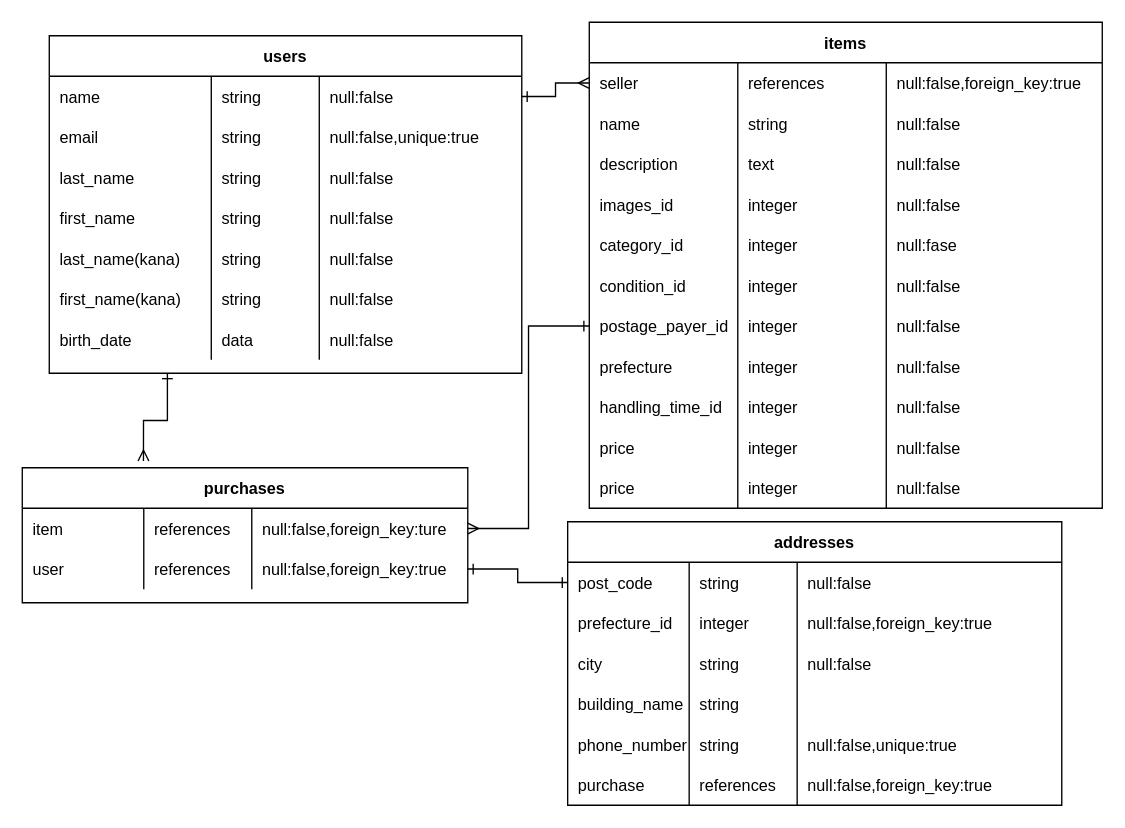
Above: lib/furima.dio in kenjiono/furima-28642 (draw.io), before the change. Source tidied: cells renumbered, new cells numbered last; positions are measured from the earlier drawing's top-left corner, leaving out a move shared by most shapes. Both pictures are drawn from the tidied source at 135%, with x=0, y=0 at pixel (22, 22).
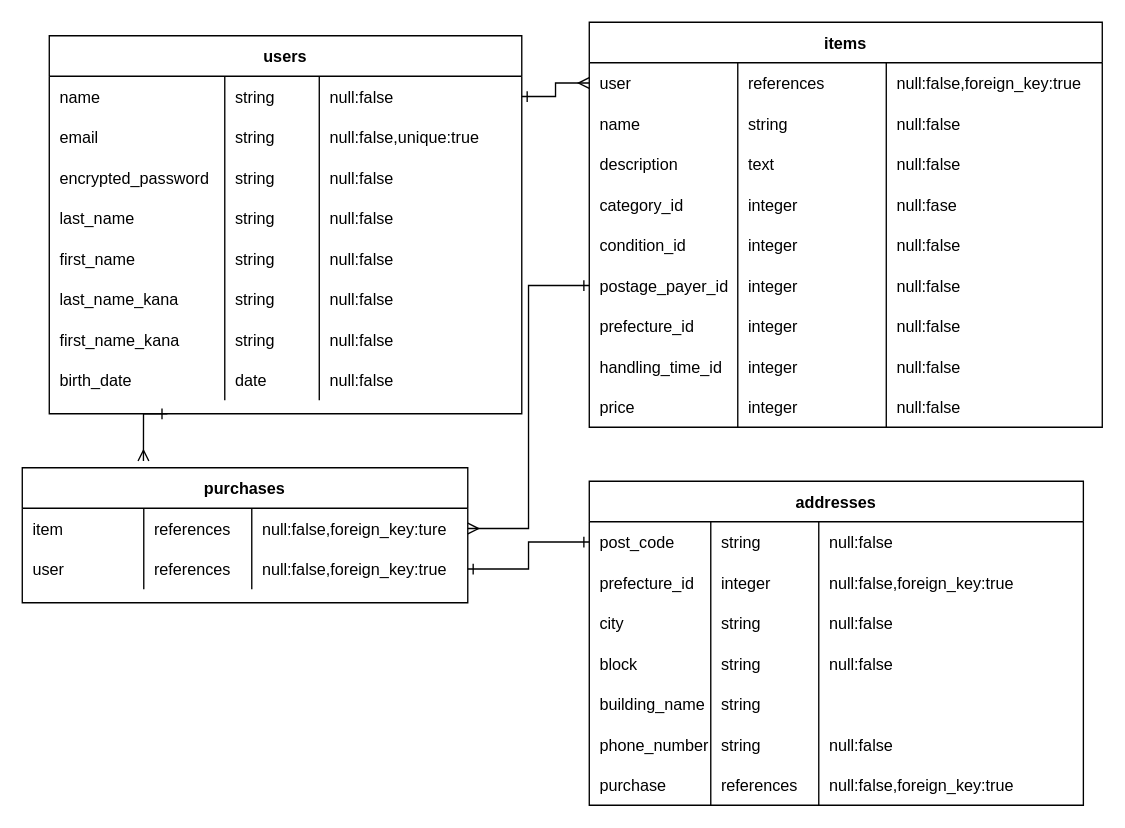
After the change.

The change refers to these unchanged cells:
```xml
<mxCell id="4" style="shape=partialRectangle;fillColor=none;top=0;left=0;bottom=0;right=0;points=[[0,0.5],[1,0.5]];portConstraint=eastwest;" parent="3" vertex="1">
  <mxGeometry y="30" width="350" height="30" as="geometry" />
</mxCell>
<mxCell id="8" style="shape=partialRectangle;fillColor=none;top=0;left=0;bottom=0;right=0;" parent="3" vertex="1">
  <mxGeometry y="60" width="350" height="30" as="geometry" />
</mxCell>
<mxCell id="33" style="shape=partialRectangle;fillColor=none;top=0;left=0;bottom=0;right=0;points=[[0,0.5],[1,0.5]];portConstraint=eastwest;" parent="32" vertex="1">
  <mxGeometry y="30" width="380" height="30" as="geometry" />
</mxCell>
```

The edit, as a diff of the source:
```diff
@@
     <mxCell id="3" value="users" style="shape=table;startSize=30;childLayout=tableLayout;rowLines=0;fontStyle=1;align=center;" parent="1" vertex="1">
-      <mxGeometry x="20" y="10" width="350" height="250" as="geometry" />
+      <mxGeometry x="20" y="10" width="350" height="280" as="geometry" />
     </mxCell>
@@
     <mxCell id="5" value="name" style="shape=partialRectangle;fillColor=none;top=0;left=0;bottom=0;right=0;align=left;spacingLeft=6;overflow=hidden;" parent="4" vertex="1">
-      <mxGeometry width="120" height="30" as="geometry" />
+      <mxGeometry width="130" height="30" as="geometry" />
     </mxCell>
     <mxCell id="6" value="string" style="shape=partialRectangle;fillColor=none;top=0;left=0;bottom=0;right=0;align=left;spacingLeft=6;overflow=hidden;" parent="4" vertex="1">
-      <mxGeometry x="120" width="80" height="30" as="geometry" />
+      <mxGeometry x="130" width="70" height="30" as="geometry" />
     </mxCell>
@@
     <mxCell id="9" value="email" style="shape=partialRectangle;fillColor=none;top=0;left=0;bottom=0;right=0;align=left;spacingLeft=6;overflow=hidden;" parent="8" vertex="1">
-      <mxGeometry width="120" height="30" as="geometry" />
+      <mxGeometry width="130" height="30" as="geometry" />
     </mxCell>
     <mxCell id="10" value="string" style="shape=partialRectangle;fillColor=none;top=0;left=0;bottom=0;right=0;align=left;spacingLeft=6;overflow=hidden;" parent="8" vertex="1">
-      <mxGeometry x="120" width="80" height="30" as="geometry" />
+      <mxGeometry x="130" width="70" height="30" as="geometry" />
     </mxCell>
@@
+    <mxCell id="117" style="shape=partialRectangle;fillColor=none;top=0;left=0;bottom=0;right=0;" parent="3" vertex="1">
+      <mxGeometry y="90" width="350" height="30" as="geometry" />
+    </mxCell>
+    <mxCell id="118" value="encrypted_password" style="shape=partialRectangle;fillColor=none;top=0;left=0;bottom=0;right=0;align=left;spacingLeft=6;overflow=hidden;" parent="117" vertex="1">
+      <mxGeometry width="130" height="30" as="geometry" />
+    </mxCell>
+    <mxCell id="119" value="string" style="shape=partialRectangle;fillColor=none;top=0;left=0;bottom=0;right=0;align=left;spacingLeft=6;overflow=hidden;" parent="117" vertex="1">
+      <mxGeometry x="130" width="70" height="30" as="geometry" />
+    </mxCell>
+    <mxCell id="120" value="null:false" style="shape=partialRectangle;fillColor=none;top=0;left=0;bottom=0;right=0;align=left;spacingLeft=6;overflow=hidden;" parent="117" vertex="1">
+      <mxGeometry x="200" width="150" height="30" as="geometry" />
+    </mxCell>
     <mxCell id="12" style="shape=partialRectangle;fillColor=none;top=0;left=0;bottom=0;right=0;" parent="3" vertex="1">
-      <mxGeometry y="90" width="350" height="30" as="geometry" />
+      <mxGeometry y="120" width="350" height="30" as="geometry" />
     </mxCell>
     <mxCell id="13" value="last_name" style="shape=partialRectangle;fillColor=none;top=0;left=0;bottom=0;right=0;align=left;spacingLeft=6;overflow=hidden;" parent="12" vertex="1">
-      <mxGeometry width="120" height="30" as="geometry" />
+      <mxGeometry width="130" height="30" as="geometry" />
     </mxCell>
     <mxCell id="14" value="string" style="shape=partialRectangle;fillColor=none;top=0;left=0;bottom=0;right=0;align=left;spacingLeft=6;overflow=hidden;" parent="12" vertex="1">
-      <mxGeometry x="120" width="80" height="30" as="geometry" />
+      <mxGeometry x="130" width="70" height="30" as="geometry" />
     </mxCell>
@@
     <mxCell id="16" style="shape=partialRectangle;fillColor=none;top=0;left=0;bottom=0;right=0;" parent="3" vertex="1">
-      <mxGeometry y="120" width="350" height="30" as="geometry" />
+      <mxGeometry y="150" width="350" height="30" as="geometry" />
     </mxCell>
     <mxCell id="17" value="first_name" style="shape=partialRectangle;fillColor=none;top=0;left=0;bottom=0;right=0;align=left;spacingLeft=6;overflow=hidden;" parent="16" vertex="1">
-      <mxGeometry width="120" height="30" as="geometry" />
+      <mxGeometry width="130" height="30" as="geometry" />
     </mxCell>
     <mxCell id="18" value="string" style="shape=partialRectangle;fillColor=none;top=0;left=0;bottom=0;right=0;align=left;spacingLeft=6;overflow=hidden;" parent="16" vertex="1">
-      <mxGeometry x="120" width="80" height="30" as="geometry" />
+      <mxGeometry x="130" width="70" height="30" as="geometry" />
     </mxCell>
@@
     <mxCell id="20" style="shape=partialRectangle;fillColor=none;top=0;left=0;bottom=0;right=0;" parent="3" vertex="1">
-      <mxGeometry y="150" width="350" height="30" as="geometry" />
+      <mxGeometry y="180" width="350" height="30" as="geometry" />
     </mxCell>
-    <mxCell id="21" value="last_name(kana)" style="shape=partialRectangle;fillColor=none;top=0;left=0;bottom=0;right=0;align=left;spacingLeft=6;overflow=hidden;" parent="20" vertex="1">
-      <mxGeometry width="120" height="30" as="geometry" />
+    <mxCell id="21" value="last_name_kana" style="shape=partialRectangle;fillColor=none;top=0;left=0;bottom=0;right=0;align=left;spacingLeft=6;overflow=hidden;" parent="20" vertex="1">
+      <mxGeometry width="130" height="30" as="geometry" />
     </mxCell>
     <mxCell id="22" value="string" style="shape=partialRectangle;fillColor=none;top=0;left=0;bottom=0;right=0;align=left;spacingLeft=6;overflow=hidden;" parent="20" vertex="1">
-      <mxGeometry x="120" width="80" height="30" as="geometry" />
+      <mxGeometry x="130" width="70" height="30" as="geometry" />
     </mxCell>
@@
     <mxCell id="24" style="shape=partialRectangle;fillColor=none;top=0;left=0;bottom=0;right=0;" parent="3" vertex="1">
-      <mxGeometry y="180" width="350" height="30" as="geometry" />
+      <mxGeometry y="210" width="350" height="30" as="geometry" />
     </mxCell>
-    <mxCell id="25" value="first_name(kana)" style="shape=partialRectangle;fillColor=none;top=0;left=0;bottom=0;right=0;align=left;spacingLeft=6;overflow=hidden;" parent="24" vertex="1">
-      <mxGeometry width="120" height="30" as="geometry" />
+    <mxCell id="25" value="first_name_kana" style="shape=partialRectangle;fillColor=none;top=0;left=0;bottom=0;right=0;align=left;spacingLeft=6;overflow=hidden;" parent="24" vertex="1">
+      <mxGeometry width="130" height="30" as="geometry" />
     </mxCell>
     <mxCell id="26" value="string" style="shape=partialRectangle;fillColor=none;top=0;left=0;bottom=0;right=0;align=left;spacingLeft=6;overflow=hidden;" parent="24" vertex="1">
-      <mxGeometry x="120" width="80" height="30" as="geometry" />
+      <mxGeometry x="130" width="70" height="30" as="geometry" />
     </mxCell>
@@
     <mxCell id="28" style="shape=partialRectangle;fillColor=none;top=0;left=0;bottom=0;right=0;" parent="3" vertex="1">
-      <mxGeometry y="210" width="350" height="30" as="geometry" />
+      <mxGeometry y="240" width="350" height="30" as="geometry" />
     </mxCell>
     <mxCell id="29" value="birth_date" style="shape=partialRectangle;fillColor=none;top=0;left=0;bottom=0;right=0;align=left;spacingLeft=6;overflow=hidden;" parent="28" vertex="1">
-      <mxGeometry width="120" height="30" as="geometry" />
+      <mxGeometry width="130" height="30" as="geometry" />
     </mxCell>
-    <mxCell id="30" value="data" style="shape=partialRectangle;fillColor=none;top=0;left=0;bottom=0;right=0;align=left;spacingLeft=6;overflow=hidden;" parent="28" vertex="1">
-      <mxGeometry x="120" width="80" height="30" as="geometry" />
+    <mxCell id="30" value="date" style="shape=partialRectangle;fillColor=none;top=0;left=0;bottom=0;right=0;align=left;spacingLeft=6;overflow=hidden;" parent="28" vertex="1">
+      <mxGeometry x="130" width="70" height="30" as="geometry" />
     </mxCell>
@@
     <mxCell id="32" value="items" style="shape=table;startSize=30;childLayout=tableLayout;rowLines=0;fontStyle=1;align=center;" parent="1" vertex="1">
-      <mxGeometry x="420" width="380" height="360" as="geometry" />
+      <mxGeometry x="420" width="380" height="300" as="geometry" />
     </mxCell>
@@
-    <mxCell id="34" value="seller" style="shape=partialRectangle;fillColor=none;top=0;left=0;bottom=0;right=0;align=left;spacingLeft=6;overflow=hidden;" parent="33" vertex="1">
+    <mxCell id="34" value="user" style="shape=partialRectangle;fillColor=none;top=0;left=0;bottom=0;right=0;align=left;spacingLeft=6;overflow=hidden;" parent="33" vertex="1">
       <mxGeometry width="110" height="30" as="geometry" />
     </mxCell>
@@
-    <mxCell id="45" style="shape=partialRectangle;fillColor=none;top=0;left=0;bottom=0;right=0;" parent="32" vertex="1">
-      <mxGeometry y="120" width="380" height="30" as="geometry" />
-    </mxCell>
-    <mxCell id="46" value="images_id" style="shape=partialRectangle;fillColor=none;top=0;left=0;bottom=0;right=0;align=left;spacingLeft=6;overflow=hidden;" parent="45" vertex="1">
-      <mxGeometry width="110" height="30" as="geometry" />
-    </mxCell>
-    <mxCell id="47" value="integer" style="shape=partialRectangle;fillColor=none;top=0;left=0;bottom=0;right=0;align=left;spacingLeft=6;overflow=hidden;" parent="45" vertex="1">
-      <mxGeometry x="110" width="110" height="30" as="geometry" />
-    </mxCell>
-    <mxCell id="48" value="null:false" style="shape=partialRectangle;fillColor=none;top=0;left=0;bottom=0;right=0;align=left;spacingLeft=6;overflow=hidden;" parent="45" vertex="1">
-      <mxGeometry x="220" width="160" height="30" as="geometry" />
-    </mxCell>
     <mxCell id="49" style="shape=partialRectangle;fillColor=none;top=0;left=0;bottom=0;right=0;points=[[0,0.5],[1,0.5]];portConstraint=eastwest;" parent="32" vertex="1">
-      <mxGeometry y="150" width="380" height="30" as="geometry" />
+      <mxGeometry y="120" width="380" height="30" as="geometry" />
     </mxCell>
@@
     <mxCell id="53" style="shape=partialRectangle;fillColor=none;top=0;left=0;bottom=0;right=0;" parent="32" vertex="1">
-      <mxGeometry y="180" width="380" height="30" as="geometry" />
+      <mxGeometry y="150" width="380" height="30" as="geometry" />
     </mxCell>
@@
     <mxCell id="57" style="shape=partialRectangle;fillColor=none;top=0;left=0;bottom=0;right=0;points=[[0,0.5],[1,0.5]];portConstraint=eastwest;" parent="32" vertex="1">
-      <mxGeometry y="210" width="380" height="30" as="geometry" />
+      <mxGeometry y="180" width="380" height="30" as="geometry" />
     </mxCell>
@@
     <mxCell id="61" style="shape=partialRectangle;fillColor=none;top=0;left=0;bottom=0;right=0;" parent="32" vertex="1">
-      <mxGeometry y="240" width="380" height="30" as="geometry" />
+      <mxGeometry y="210" width="380" height="30" as="geometry" />
     </mxCell>
-    <mxCell id="62" value="prefecture" style="shape=partialRectangle;fillColor=none;top=0;left=0;bottom=0;right=0;align=left;spacingLeft=6;overflow=hidden;" parent="61" vertex="1">
+    <mxCell id="62" value="prefecture_id" style="shape=partialRectangle;fillColor=none;top=0;left=0;bottom=0;right=0;align=left;spacingLeft=6;overflow=hidden;" parent="61" vertex="1">
       <mxGeometry width="110" height="30" as="geometry" />
     </mxCell>
@@
     <mxCell id="65" style="shape=partialRectangle;fillColor=none;top=0;left=0;bottom=0;right=0;" parent="32" vertex="1">
-      <mxGeometry y="270" width="380" height="30" as="geometry" />
+      <mxGeometry y="240" width="380" height="30" as="geometry" />
     </mxCell>
@@
     <mxCell id="69" style="shape=partialRectangle;fillColor=none;top=0;left=0;bottom=0;right=0;" parent="32" vertex="1">
-      <mxGeometry y="300" width="380" height="30" as="geometry" />
+      <mxGeometry y="270" width="380" height="30" as="geometry" />
     </mxCell>
@@
-    <mxCell id="73" style="shape=partialRectangle;fillColor=none;top=0;left=0;bottom=0;right=0;" parent="32" vertex="1">
-      <mxGeometry y="330" width="380" height="30" as="geometry" />
-    </mxCell>
-    <mxCell id="74" value="price" style="shape=partialRectangle;fillColor=none;top=0;left=0;bottom=0;right=0;align=left;spacingLeft=6;overflow=hidden;" parent="73" vertex="1">
-      <mxGeometry width="110" height="30" as="geometry" />
-    </mxCell>
-    <mxCell id="75" value="integer" style="shape=partialRectangle;fillColor=none;top=0;left=0;bottom=0;right=0;align=left;spacingLeft=6;overflow=hidden;" parent="73" vertex="1">
-      <mxGeometry x="110" width="110" height="30" as="geometry" />
-    </mxCell>
-    <mxCell id="76" value="null:false" style="shape=partialRectangle;fillColor=none;top=0;left=0;bottom=0;right=0;align=left;spacingLeft=6;overflow=hidden;" parent="73" vertex="1">
-      <mxGeometry x="220" width="160" height="30" as="geometry" />
-    </mxCell>
@@
     <mxCell id="87" value="addresses" style="shape=table;startSize=30;childLayout=tableLayout;rowLines=0;fontStyle=1;align=center;" parent="1" vertex="1">
-      <mxGeometry x="404" y="370" width="366" height="210" as="geometry" />
+      <mxGeometry x="420" y="340" width="366" height="240" as="geometry" />
     </mxCell>
@@
+    <mxCell id="121" style="shape=partialRectangle;fillColor=none;top=0;left=0;bottom=0;right=0;" parent="87" vertex="1">
+      <mxGeometry y="120" width="366" height="30" as="geometry" />
+    </mxCell>
+    <mxCell id="122" value="block" style="shape=partialRectangle;fillColor=none;top=0;left=0;bottom=0;right=0;align=left;spacingLeft=6;overflow=hidden;" parent="121" vertex="1">
+      <mxGeometry width="90" height="30" as="geometry" />
+    </mxCell>
+    <mxCell id="123" value="string" style="shape=partialRectangle;fillColor=none;top=0;left=0;bottom=0;right=0;align=left;spacingLeft=6;overflow=hidden;" parent="121" vertex="1">
+      <mxGeometry x="90" width="80" height="30" as="geometry" />
+    </mxCell>
+    <mxCell id="124" value="null:false" style="shape=partialRectangle;fillColor=none;top=0;left=0;bottom=0;right=0;align=left;spacingLeft=6;overflow=hidden;" parent="121" vertex="1">
+      <mxGeometry x="170" width="196" height="30" as="geometry" />
+    </mxCell>
     <mxCell id="101" style="shape=partialRectangle;fillColor=none;top=0;left=0;bottom=0;right=0;" parent="87" vertex="1">
-      <mxGeometry y="120" width="366" height="30" as="geometry" />
+      <mxGeometry y="150" width="366" height="30" as="geometry" />
     </mxCell>
@@
     <mxCell id="105" style="shape=partialRectangle;fillColor=none;top=0;left=0;bottom=0;right=0;" parent="87" vertex="1">
-      <mxGeometry y="150" width="366" height="30" as="geometry" />
+      <mxGeometry y="180" width="366" height="30" as="geometry" />
     </mxCell>
@@
-    <mxCell id="108" value="null:false,unique:true" style="shape=partialRectangle;fillColor=none;top=0;left=0;bottom=0;right=0;align=left;spacingLeft=6;overflow=hidden;" parent="105" vertex="1">
+    <mxCell id="108" value="null:false" style="shape=partialRectangle;fillColor=none;top=0;left=0;bottom=0;right=0;align=left;spacingLeft=6;overflow=hidden;" parent="105" vertex="1">
       <mxGeometry x="170" width="196" height="30" as="geometry" />
     </mxCell>
     <mxCell id="109" style="shape=partialRectangle;fillColor=none;top=0;left=0;bottom=0;right=0;" parent="87" vertex="1">
-      <mxGeometry y="180" width="366" height="30" as="geometry" />
+      <mxGeometry y="210" width="366" height="30" as="geometry" />
     </mxCell>
```
